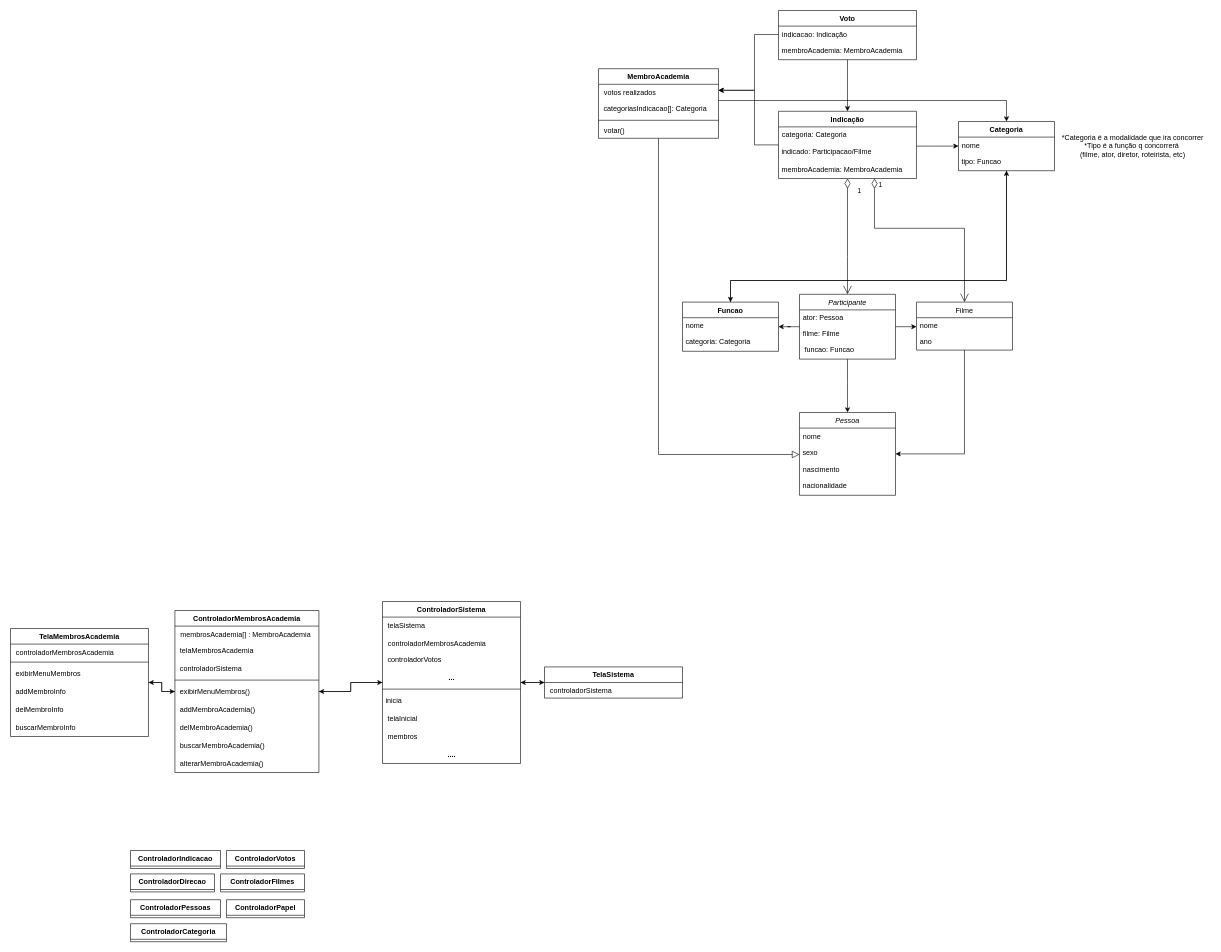
Earlier version of the draw.io diagram Diagram de Classe V2.drawio (joaotuyama21/trabalho_dsoo). Source tidied: cells renumbered, new cells numbered last; positions are measured from the earlier drawing's top-left corner, leaving out a move shared by most shapes. Both pictures are drawn from the tidied source at 60%, with x=0, y=0 at pixel (10, 10).
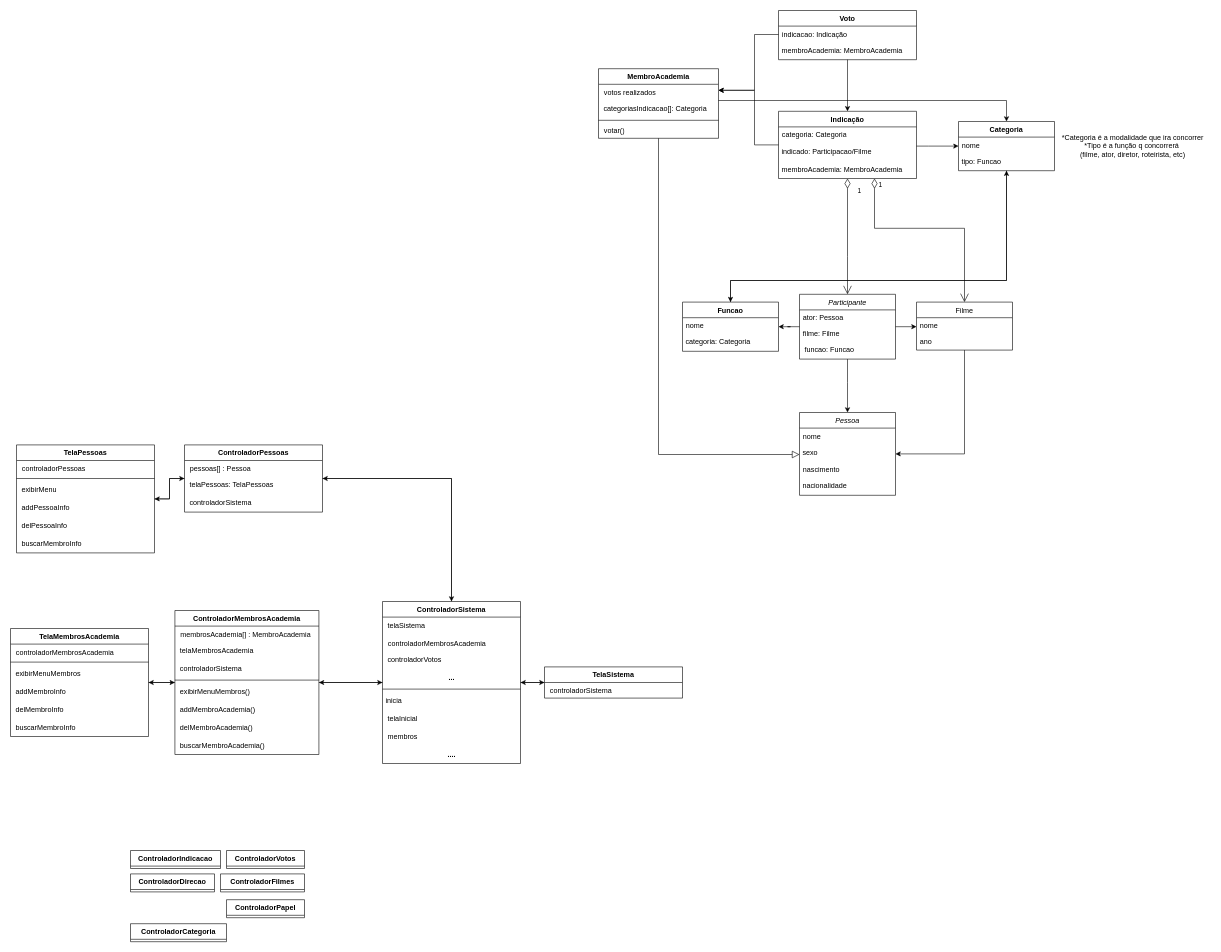
The same page after the edit.

The change refers to these unchanged cells:
```xml
<mxCell id="23" value="ControladorSistema" style="swimlane;fontStyle=1;align=center;verticalAlign=top;horizontal=1;startSize=26;whiteSpace=wrap;html=1;" parent="1" vertex="1">
  <mxGeometry x="620" y="985" width="230" height="270" as="geometry" />
</mxCell>
```

Change to the diagram source:
```diff
@@
+    <mxCell id="89" style="edgeStyle=orthogonalEdgeStyle;rounded=0;jettySize=auto;html=1;" parent="1" edge="1" source="2" target="96">
+      <mxGeometry relative="1" as="geometry" />
+    </mxCell>
+    <mxCell id="90" style="edgeStyle=orthogonalEdgeStyle;rounded=0;jettySize=auto;html=1;" parent="1" edge="1" source="2" target="23">
+      <mxGeometry relative="1" as="geometry" />
+    </mxCell>
-    <mxCell id="2" value="ControladorPessoas" style="swimlane;fontStyle=1;align=center;verticalAlign=top;horizontal=1;startSize=26;whiteSpace=wrap;html=1;" parent="1" vertex="1" collapsed="1">
-      <mxGeometry x="200" y="1482" width="150" height="30" as="geometry" />
+    <mxCell id="2" value="ControladorPessoas" style="swimlane;fontStyle=1;align=center;verticalAlign=top;horizontal=1;startSize=26;whiteSpace=wrap;html=1;" parent="1" vertex="1">
+      <mxGeometry x="290" y="724" width="230" height="112" as="geometry" />
     </mxCell>
+    <mxCell id="91" value="&amp;nbsp;pessoas[] : Pessoa" style="text;strokeColor=none;fillColor=none;align=left;verticalAlign=top;spacingLeft=4;spacingRight=4;overflow=hidden;whiteSpace=wrap;html=1;" parent="2" vertex="1">
+      <mxGeometry y="26" width="230" height="26" as="geometry" />
+    </mxCell>
+    <mxCell id="92" value="&amp;nbsp; telaPessoas: TelaPessoas" style="text;html=1;align=left;verticalAlign=middle;strokeColor=none;fillColor=none;" parent="2" vertex="1">
+      <mxGeometry y="52" width="230" height="30" as="geometry" />
+    </mxCell>
+    <mxCell id="93" value="&amp;nbsp; controladorSistema" style="text;html=1;align=left;verticalAlign=middle;strokeColor=none;fillColor=none;" parent="2" vertex="1">
+      <mxGeometry y="82" width="230" height="30" as="geometry" />
+    </mxCell>
@@
     <mxCell id="11" value="ControladorMembrosAcademia" style="swimlane;fontStyle=1;align=center;verticalAlign=top;horizontal=1;startSize=26;whiteSpace=wrap;html=1;" parent="1" vertex="1">
-      <mxGeometry x="274" y="1000" width="240" height="270" as="geometry" />
+      <mxGeometry x="274" y="1000" width="240" height="240" as="geometry" />
     </mxCell>
@@
-    <mxCell id="20" value="&amp;nbsp; alterarMembroAcademia()" style="text;html=1;align=left;verticalAlign=middle;strokeColor=none;fillColor=none;" parent="11" vertex="1">
-      <mxGeometry y="240" width="240" height="30" as="geometry" />
-    </mxCell>
@@
+    <mxCell id="94" style="edgeStyle=orthogonalEdgeStyle;rounded=0;jettySize=auto;html=1;" parent="1" edge="1" source="23" target="2">
+      <mxGeometry relative="1" as="geometry">
+        <Array as="points">
+          <mxPoint x="735" y="780" />
+        </Array>
+      </mxGeometry>
+    </mxCell>
@@
+    <mxCell id="95" style="edgeStyle=orthogonalEdgeStyle;rounded=0;jettySize=auto;html=1;" parent="1" edge="1" source="96" target="2">
+      <mxGeometry relative="1" as="geometry" />
+    </mxCell>
+    <mxCell id="96" value="TelaPessoas" style="swimlane;fontStyle=1;align=center;verticalAlign=top;horizontal=1;startSize=26;whiteSpace=wrap;html=1;" parent="1" vertex="1">
+      <mxGeometry x="10" y="724" width="230" height="180" as="geometry" />
+    </mxCell>
+    <mxCell id="97" value="&amp;nbsp;controladorPessoas" style="text;strokeColor=none;fillColor=none;align=left;verticalAlign=top;spacingLeft=4;spacingRight=4;overflow=hidden;whiteSpace=wrap;html=1;" parent="96" vertex="1">
+      <mxGeometry y="26" width="230" height="26" as="geometry" />
+    </mxCell>
+    <mxCell id="98" style="line;strokeWidth=1;fillColor=none;align=left;verticalAlign=middle;spacingTop=-1;spacingLeft=3;spacingRight=3;labelPosition=right;strokeColor=inherit;" parent="96" vertex="1">
+      <mxGeometry y="52" width="230" height="8" as="geometry" />
+    </mxCell>
+    <mxCell id="99" value="&amp;nbsp; exibirMenu" style="text;html=1;align=left;verticalAlign=middle;strokeColor=none;fillColor=none;" parent="96" vertex="1">
+      <mxGeometry y="60" width="230" height="30" as="geometry" />
+    </mxCell>
+    <mxCell id="100" value="&amp;nbsp; addPessoaInfo" style="text;html=1;align=left;verticalAlign=middle;strokeColor=none;fillColor=none;" parent="96" vertex="1">
+      <mxGeometry y="90" width="230" height="30" as="geometry" />
+    </mxCell>
+    <mxCell id="101" value="&amp;nbsp; delPessoaInfo" style="text;html=1;align=left;verticalAlign=middle;strokeColor=none;fillColor=none;" parent="96" vertex="1">
+      <mxGeometry y="120" width="230" height="30" as="geometry" />
+    </mxCell>
+    <mxCell id="102" value="&amp;nbsp; buscarMembroInfo" style="text;html=1;align=left;verticalAlign=middle;strokeColor=none;fillColor=none;" parent="96" vertex="1">
+      <mxGeometry y="150" width="230" height="30" as="geometry" />
+    </mxCell>
```
